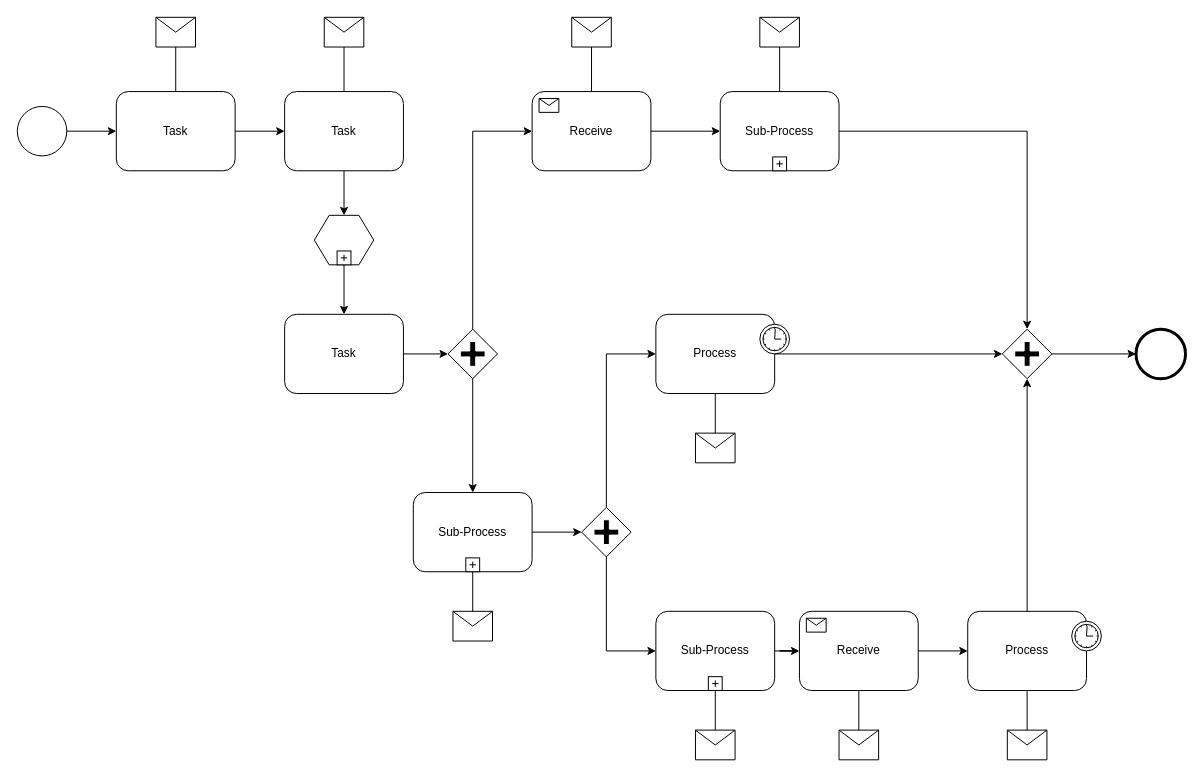
Above: Untitled Diagram.drawio in mayankmotani89/Exception-Approval-Workflow (draw.io), before the change. Source tidied: cells renumbered, new cells numbered last; positions are measured from the earlier drawing's top-left corner, leaving out a move shared by most shapes. Both pictures are drawn from the tidied source at 99%, with x=0, y=0 at pixel (17, 17).
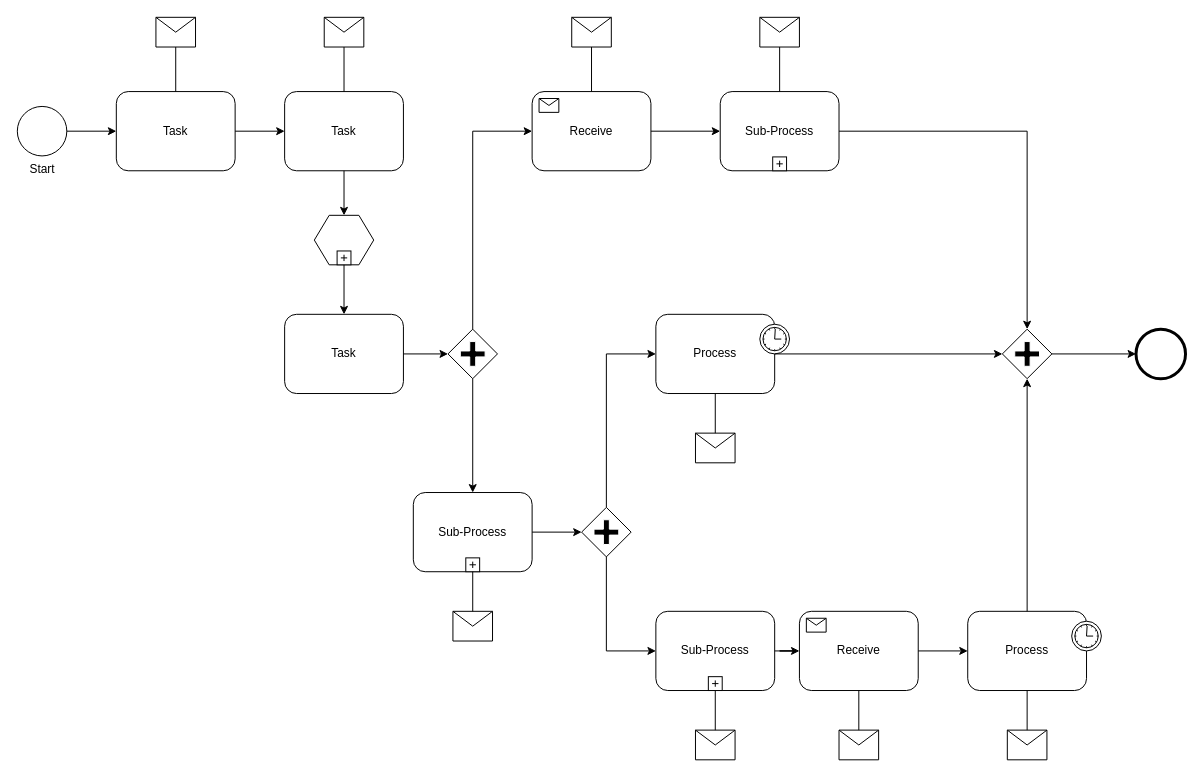
Above is the later version.

What changed in the source:
```diff
@@
-    <mxCell id="2" style="shape=mxgraph.bpmn.shape;html=1;verticalLabelPosition=bottom;labelBackgroundColor=#ffffff;verticalAlign=top;perimeter=ellipsePerimeter;outline=standard;symbol=general;" parent="1" vertex="1">
+    <mxCell id="2" value="Start" style="shape=mxgraph.bpmn.shape;html=1;verticalLabelPosition=bottom;labelBackgroundColor=#ffffff;verticalAlign=top;perimeter=ellipsePerimeter;outline=standard;symbol=general;" parent="1" vertex="1">
       <mxGeometry y="90" width="50" height="50" as="geometry" />
     </mxCell>
```
